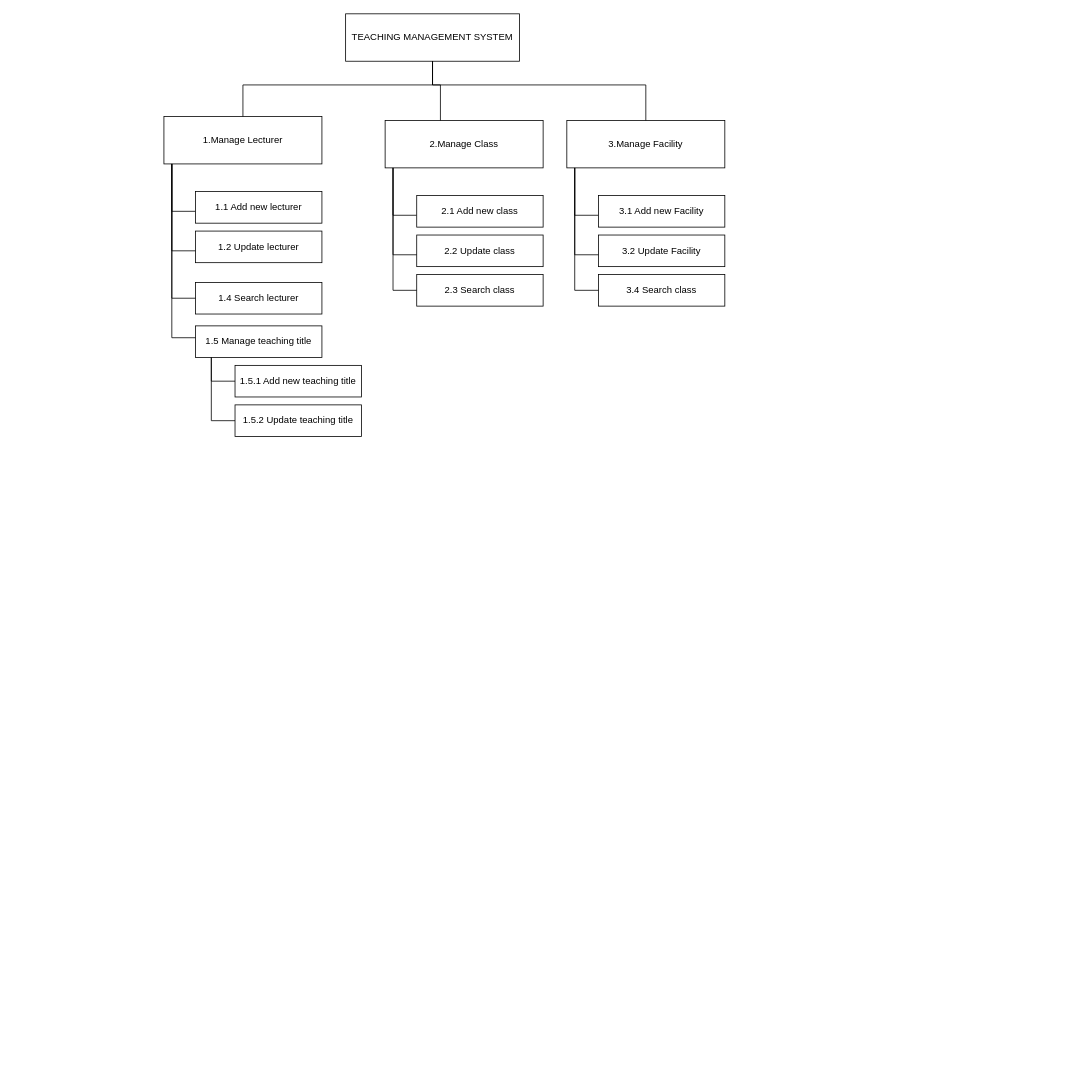
Earlier version of the draw.io diagram dfd.drawio (Keny7503/draw.io). Source tidied: cells renumbered, new cells numbered last; positions are measured from the earlier drawing's top-left corner, leaving out a move shared by most shapes. Both pictures are drawn from the tidied source at 79%, with x=0, y=0 at pixel (164, 13).
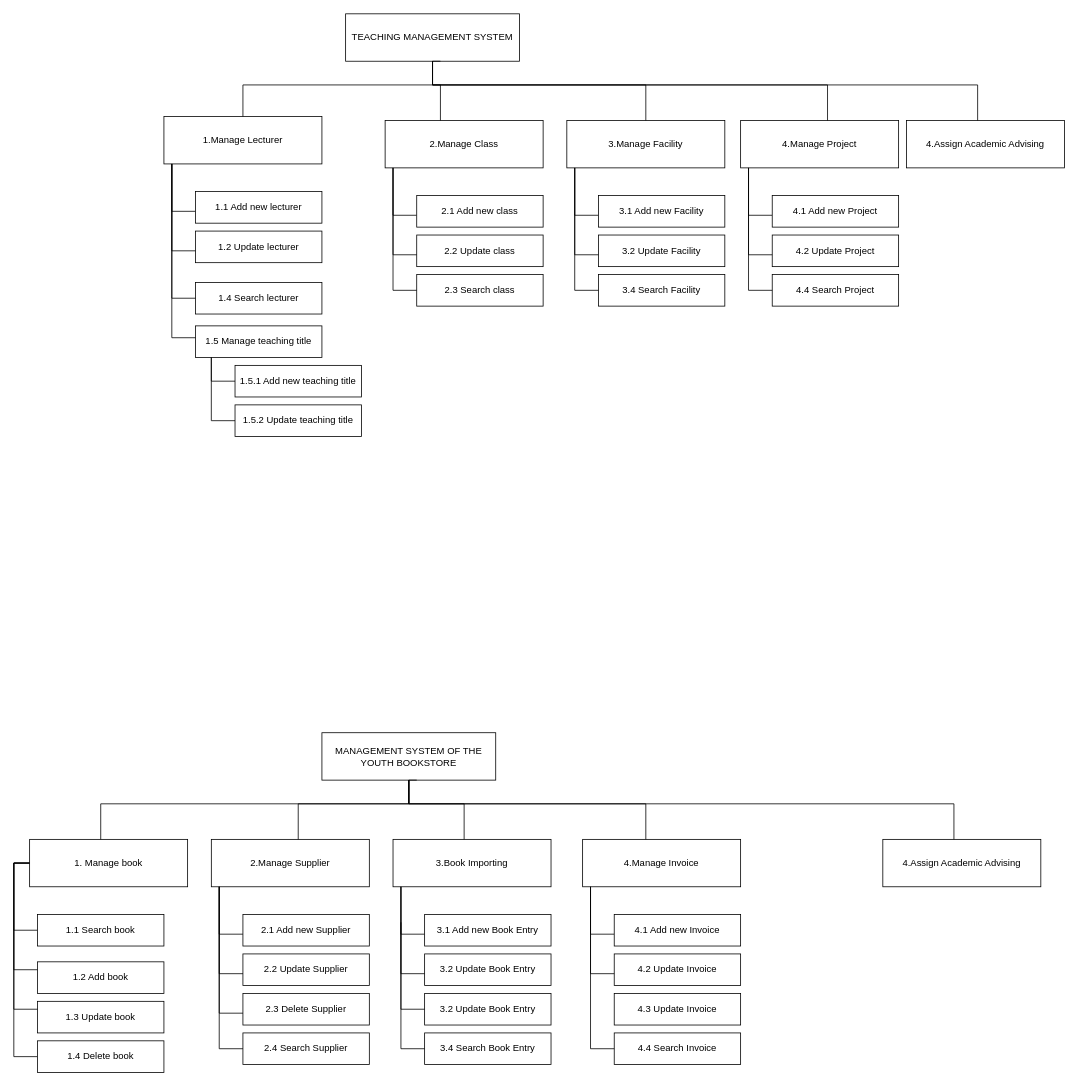
After the change.

Unchanged cells that the change refers to:
```xml
<mxCell id="2" value="TEACHING MANAGEMENT SYSTEM" style="rounded=0;whiteSpace=wrap;html=1;" parent="1" vertex="1">
  <mxGeometry x="230" width="220" height="60" as="geometry" />
</mxCell>
```

Change to the diagram source:
```diff
@@
-    <mxCell id="29" value="3.4 Search class" style="rounded=0;whiteSpace=wrap;html=1;" parent="1" vertex="1">
+    <mxCell id="29" value="3.4 Search Facility" style="rounded=0;whiteSpace=wrap;html=1;" parent="1" vertex="1">
       <mxGeometry x="550" y="330" width="160" height="40" as="geometry" />
     </mxCell>
@@
+    <mxCell id="33" style="edgeStyle=orthogonalEdgeStyle;rounded=0;jettySize=auto;html=1;endArrow=none;endFill=0;" parent="1" edge="1" source="34" target="35">
+      <mxGeometry relative="1" as="geometry">
+        <Array as="points">
+          <mxPoint x="740" y="255" />
+        </Array>
+      </mxGeometry>
+    </mxCell>
+    <mxCell id="34" value="4.Manage Project" style="rounded=0;whiteSpace=wrap;html=1;" parent="1" vertex="1">
+      <mxGeometry x="730" y="135" width="200" height="60" as="geometry" />
+    </mxCell>
+    <mxCell id="35" value="4.1 Add new Project" style="rounded=0;whiteSpace=wrap;html=1;" parent="1" vertex="1">
+      <mxGeometry x="770" y="230" width="160" height="40" as="geometry" />
+    </mxCell>
+    <mxCell id="36" value="4.2 Update Project" style="rounded=0;whiteSpace=wrap;html=1;" parent="1" vertex="1">
+      <mxGeometry x="770" y="280" width="160" height="40" as="geometry" />
+    </mxCell>
+    <mxCell id="37" value="4.4 Search Project" style="rounded=0;whiteSpace=wrap;html=1;" parent="1" vertex="1">
+      <mxGeometry x="770" y="330" width="160" height="40" as="geometry" />
+    </mxCell>
+    <mxCell id="38" style="edgeStyle=orthogonalEdgeStyle;rounded=0;jettySize=auto;html=1;endArrow=none;endFill=0;" parent="1" edge="1" source="34" target="36">
+      <mxGeometry relative="1" as="geometry">
+        <Array as="points">
+          <mxPoint x="740" y="305" />
+        </Array>
+      </mxGeometry>
+    </mxCell>
+    <mxCell id="39" style="edgeStyle=orthogonalEdgeStyle;rounded=0;jettySize=auto;html=1;endArrow=none;endFill=0;" parent="1" edge="1" source="34" target="37">
+      <mxGeometry relative="1" as="geometry">
+        <Array as="points">
+          <mxPoint x="740" y="350" />
+        </Array>
+      </mxGeometry>
+    </mxCell>
+    <mxCell id="40" style="endArrow=none;html=1;rounded=0;edgeStyle=orthogonalEdgeStyle;" parent="1" edge="1" source="34" target="2">
+      <mxGeometry relative="1" as="geometry">
+        <Array as="points">
+          <mxPoint x="840" y="90" />
+          <mxPoint x="340" y="90" />
+        </Array>
+      </mxGeometry>
+    </mxCell>
+    <mxCell id="41" value="4.Assign Academic Advising" style="rounded=0;whiteSpace=wrap;html=1;" parent="1" vertex="1">
+      <mxGeometry x="940" y="135" width="200" height="60" as="geometry" />
+    </mxCell>
+    <mxCell id="42" style="endArrow=none;html=1;rounded=0;edgeStyle=orthogonalEdgeStyle;" parent="1" edge="1" source="41">
+      <mxGeometry relative="1" as="geometry">
+        <mxPoint x="350" y="60" as="targetPoint" />
+        <Array as="points">
+          <mxPoint x="1030" y="90" />
+          <mxPoint x="340" y="90" />
+          <mxPoint x="340" y="60" />
+        </Array>
+      </mxGeometry>
+    </mxCell>
+    <mxCell id="43" value="MANAGEMENT SYSTEM OF THE YOUTH BOOKSTORE" style="rounded=0;whiteSpace=wrap;html=1;" parent="1" vertex="1">
+      <mxGeometry x="200" y="910" width="220" height="60" as="geometry" />
+    </mxCell>
+    <mxCell id="44" style="edgeStyle=orthogonalEdgeStyle;rounded=0;jettySize=auto;html=1;endArrow=none;endFill=0;" parent="1" edge="1" source="45" target="49">
+      <mxGeometry relative="1" as="geometry">
+        <Array as="points">
+          <mxPoint x="-190" y="1075" />
+          <mxPoint x="-190" y="1160" />
+        </Array>
+      </mxGeometry>
+    </mxCell>
+    <mxCell id="45" value="1. Manage book" style="rounded=0;whiteSpace=wrap;html=1;" parent="1" vertex="1">
+      <mxGeometry x="-170" y="1045" width="200" height="60" as="geometry" />
+    </mxCell>
+    <mxCell id="46" style="endArrow=none;html=1;rounded=0;edgeStyle=orthogonalEdgeStyle;" parent="1" edge="1" source="45" target="43">
+      <mxGeometry relative="1" as="geometry">
+        <Array as="points">
+          <mxPoint x="-80" y="1000" />
+          <mxPoint x="310" y="1000" />
+        </Array>
+      </mxGeometry>
+    </mxCell>
+    <mxCell id="47" value="1.2 Add book" style="rounded=0;whiteSpace=wrap;html=1;" parent="1" vertex="1">
+      <mxGeometry x="-160" y="1200" width="160" height="40" as="geometry" />
+    </mxCell>
+    <mxCell id="48" value="1.3 Update book" style="rounded=0;whiteSpace=wrap;html=1;" parent="1" vertex="1">
+      <mxGeometry x="-160" y="1250" width="160" height="40" as="geometry" />
+    </mxCell>
+    <mxCell id="49" value="1.1 Search book" style="rounded=0;whiteSpace=wrap;html=1;" parent="1" vertex="1">
+      <mxGeometry x="-160" y="1140" width="160" height="40" as="geometry" />
+    </mxCell>
+    <mxCell id="50" style="edgeStyle=orthogonalEdgeStyle;rounded=0;jettySize=auto;html=1;endArrow=none;endFill=0;" parent="1" edge="1" source="45" target="47">
+      <mxGeometry relative="1" as="geometry">
+        <Array as="points">
+          <mxPoint x="-190" y="1210" />
+        </Array>
+      </mxGeometry>
+    </mxCell>
+    <mxCell id="51" style="edgeStyle=orthogonalEdgeStyle;rounded=0;jettySize=auto;html=1;endArrow=none;endFill=0;" parent="1" edge="1" source="45" target="48">
+      <mxGeometry relative="1" as="geometry">
+        <Array as="points">
+          <mxPoint x="-190" y="1260" />
+        </Array>
+      </mxGeometry>
+    </mxCell>
+    <mxCell id="52" style="edgeStyle=orthogonalEdgeStyle;rounded=0;jettySize=auto;html=1;endArrow=none;endFill=0;" parent="1" edge="1" source="45">
+      <mxGeometry relative="1" as="geometry">
+        <mxPoint x="-160" y="1320" as="targetPoint" />
+        <Array as="points">
+          <mxPoint x="-190" y="1320" />
+        </Array>
+      </mxGeometry>
+    </mxCell>
+    <mxCell id="53" style="edgeStyle=orthogonalEdgeStyle;rounded=0;jettySize=auto;html=1;endArrow=none;endFill=0;" parent="1" edge="1" source="54" target="55">
+      <mxGeometry relative="1" as="geometry">
+        <Array as="points">
+          <mxPoint x="70" y="1165" />
+        </Array>
+      </mxGeometry>
+    </mxCell>
+    <mxCell id="54" value="2.Manage Supplier" style="rounded=0;whiteSpace=wrap;html=1;" parent="1" vertex="1">
+      <mxGeometry x="60" y="1045" width="200" height="60" as="geometry" />
+    </mxCell>
+    <mxCell id="55" value="2.1 Add new Supplier" style="rounded=0;whiteSpace=wrap;html=1;" parent="1" vertex="1">
+      <mxGeometry x="100" y="1140" width="160" height="40" as="geometry" />
+    </mxCell>
+    <mxCell id="56" value="2.2 Update Supplier" style="rounded=0;whiteSpace=wrap;html=1;" parent="1" vertex="1">
+      <mxGeometry x="100" y="1190" width="160" height="40" as="geometry" />
+    </mxCell>
+    <mxCell id="57" value="2.4 Search Supplier" style="rounded=0;whiteSpace=wrap;html=1;" parent="1" vertex="1">
+      <mxGeometry x="100" y="1290" width="160" height="40" as="geometry" />
+    </mxCell>
+    <mxCell id="58" style="edgeStyle=orthogonalEdgeStyle;rounded=0;jettySize=auto;html=1;endArrow=none;endFill=0;" parent="1" edge="1" source="54" target="56">
+      <mxGeometry relative="1" as="geometry">
+        <Array as="points">
+          <mxPoint x="70" y="1215" />
+        </Array>
+      </mxGeometry>
+    </mxCell>
+    <mxCell id="59" style="edgeStyle=orthogonalEdgeStyle;rounded=0;jettySize=auto;html=1;endArrow=none;endFill=0;" parent="1" edge="1" source="54" target="57">
+      <mxGeometry relative="1" as="geometry">
+        <Array as="points">
+          <mxPoint x="70" y="1310" />
+        </Array>
+      </mxGeometry>
+    </mxCell>
+    <mxCell id="60" style="endArrow=none;html=1;rounded=0;edgeStyle=orthogonalEdgeStyle;" parent="1" edge="1" source="54" target="43">
+      <mxGeometry relative="1" as="geometry">
+        <Array as="points">
+          <mxPoint x="170" y="1000" />
+          <mxPoint x="310" y="1000" />
+        </Array>
+      </mxGeometry>
+    </mxCell>
+    <mxCell id="61" style="edgeStyle=orthogonalEdgeStyle;rounded=0;jettySize=auto;html=1;endArrow=none;endFill=0;" parent="1" edge="1" source="62" target="63">
+      <mxGeometry relative="1" as="geometry">
+        <Array as="points">
+          <mxPoint x="300" y="1165" />
+        </Array>
+      </mxGeometry>
+    </mxCell>
+    <mxCell id="62" value="3.Book Importing" style="rounded=0;whiteSpace=wrap;html=1;" parent="1" vertex="1">
+      <mxGeometry x="290" y="1045" width="200" height="60" as="geometry" />
+    </mxCell>
+    <mxCell id="63" value="3.1 Add new Book Entry" style="rounded=0;whiteSpace=wrap;html=1;" parent="1" vertex="1">
+      <mxGeometry x="330" y="1140" width="160" height="40" as="geometry" />
+    </mxCell>
+    <mxCell id="64" value="3.2 Update Book Entry" style="rounded=0;whiteSpace=wrap;html=1;" parent="1" vertex="1">
+      <mxGeometry x="330" y="1190" width="160" height="40" as="geometry" />
+    </mxCell>
+    <mxCell id="65" value="3.4 Search Book Entry" style="rounded=0;whiteSpace=wrap;html=1;" parent="1" vertex="1">
+      <mxGeometry x="330" y="1290" width="160" height="40" as="geometry" />
+    </mxCell>
+    <mxCell id="66" style="edgeStyle=orthogonalEdgeStyle;rounded=0;jettySize=auto;html=1;endArrow=none;endFill=0;" parent="1" edge="1" source="62" target="64">
+      <mxGeometry relative="1" as="geometry">
+        <Array as="points">
+          <mxPoint x="300" y="1215" />
+        </Array>
+      </mxGeometry>
+    </mxCell>
+    <mxCell id="67" style="edgeStyle=orthogonalEdgeStyle;rounded=0;jettySize=auto;html=1;endArrow=none;endFill=0;" parent="1" edge="1" source="62" target="65">
+      <mxGeometry relative="1" as="geometry">
+        <Array as="points">
+          <mxPoint x="300" y="1310" />
+        </Array>
+      </mxGeometry>
+    </mxCell>
+    <mxCell id="68" style="endArrow=none;html=1;rounded=0;edgeStyle=orthogonalEdgeStyle;" parent="1" edge="1" source="62" target="43">
+      <mxGeometry relative="1" as="geometry">
+        <Array as="points">
+          <mxPoint x="380" y="1000" />
+          <mxPoint x="310" y="1000" />
+        </Array>
+      </mxGeometry>
+    </mxCell>
+    <mxCell id="69" style="edgeStyle=orthogonalEdgeStyle;rounded=0;jettySize=auto;html=1;endArrow=none;endFill=0;" parent="1" edge="1" source="70" target="71">
+      <mxGeometry relative="1" as="geometry">
+        <Array as="points">
+          <mxPoint x="540" y="1165" />
+        </Array>
+      </mxGeometry>
+    </mxCell>
+    <mxCell id="70" value="4.Manage Invoice" style="rounded=0;whiteSpace=wrap;html=1;" parent="1" vertex="1">
+      <mxGeometry x="530" y="1045" width="200" height="60" as="geometry" />
+    </mxCell>
+    <mxCell id="71" value="4.1 Add new Invoice" style="rounded=0;whiteSpace=wrap;html=1;" parent="1" vertex="1">
+      <mxGeometry x="570" y="1140" width="160" height="40" as="geometry" />
+    </mxCell>
+    <mxCell id="72" value="4.2 Update Invoice" style="rounded=0;whiteSpace=wrap;html=1;" parent="1" vertex="1">
+      <mxGeometry x="570" y="1190" width="160" height="40" as="geometry" />
+    </mxCell>
+    <mxCell id="73" value="4.4 Search Invoice" style="rounded=0;whiteSpace=wrap;html=1;" parent="1" vertex="1">
+      <mxGeometry x="570" y="1290" width="160" height="40" as="geometry" />
+    </mxCell>
+    <mxCell id="74" style="edgeStyle=orthogonalEdgeStyle;rounded=0;jettySize=auto;html=1;endArrow=none;endFill=0;" parent="1" edge="1" source="70" target="72">
+      <mxGeometry relative="1" as="geometry">
+        <Array as="points">
+          <mxPoint x="540" y="1215" />
+        </Array>
+      </mxGeometry>
+    </mxCell>
+    <mxCell id="75" style="edgeStyle=orthogonalEdgeStyle;rounded=0;jettySize=auto;html=1;endArrow=none;endFill=0;" parent="1" edge="1" source="70" target="73">
+      <mxGeometry relative="1" as="geometry">
+        <Array as="points">
+          <mxPoint x="540" y="1310" />
+        </Array>
+      </mxGeometry>
+    </mxCell>
+    <mxCell id="76" style="endArrow=none;html=1;rounded=0;edgeStyle=orthogonalEdgeStyle;" parent="1" edge="1" source="70" target="43">
+      <mxGeometry relative="1" as="geometry">
+        <Array as="points">
+          <mxPoint x="610" y="1000" />
+          <mxPoint x="310" y="1000" />
+        </Array>
+      </mxGeometry>
+    </mxCell>
+    <mxCell id="77" value="4.Assign Academic Advising" style="rounded=0;whiteSpace=wrap;html=1;" parent="1" vertex="1">
+      <mxGeometry x="910" y="1045" width="200" height="60" as="geometry" />
+    </mxCell>
+    <mxCell id="78" style="endArrow=none;html=1;rounded=0;edgeStyle=orthogonalEdgeStyle;" parent="1" edge="1" source="77">
+      <mxGeometry relative="1" as="geometry">
+        <mxPoint x="320" y="970" as="targetPoint" />
+        <Array as="points">
+          <mxPoint x="1000" y="1000" />
+          <mxPoint x="310" y="1000" />
+          <mxPoint x="310" y="970" />
+        </Array>
+      </mxGeometry>
+    </mxCell>
+    <mxCell id="79" value="1.4 Delete book" style="rounded=0;whiteSpace=wrap;html=1;" parent="1" vertex="1">
+      <mxGeometry x="-160" y="1300" width="160" height="40" as="geometry" />
+    </mxCell>
+    <mxCell id="80" value="2.3 Delete Supplier" style="rounded=0;whiteSpace=wrap;html=1;" parent="1" vertex="1">
+      <mxGeometry x="100" y="1240" width="160" height="40" as="geometry" />
+    </mxCell>
+    <mxCell id="81" style="edgeStyle=orthogonalEdgeStyle;rounded=0;jettySize=auto;html=1;endArrow=none;endFill=0;" parent="1" edge="1" source="54">
+      <mxGeometry relative="1" as="geometry">
+        <mxPoint x="100" y="1265" as="targetPoint" />
+        <Array as="points">
+          <mxPoint x="70" y="1265" />
+        </Array>
+      </mxGeometry>
+    </mxCell>
+    <mxCell id="82" value="3.2 Update Book Entry" style="rounded=0;whiteSpace=wrap;html=1;" parent="1" vertex="1">
+      <mxGeometry x="330" y="1240" width="160" height="40" as="geometry" />
+    </mxCell>
+    <mxCell id="83" style="edgeStyle=orthogonalEdgeStyle;rounded=0;orthogonalLoop=1;jettySize=auto;html=1;endArrow=none;endFill=0;" parent="1" edge="1">
+      <mxGeometry relative="1" as="geometry">
+        <mxPoint x="300" y="1150" as="sourcePoint" />
+        <mxPoint x="330" y="1260" as="targetPoint" />
+        <Array as="points">
+          <mxPoint x="300" y="1260" />
+        </Array>
+      </mxGeometry>
+    </mxCell>
+    <mxCell id="84" value="4.3 Update Invoice" style="rounded=0;whiteSpace=wrap;html=1;" parent="1" vertex="1">
+      <mxGeometry x="570" y="1240" width="160" height="40" as="geometry" />
+    </mxCell>
```
